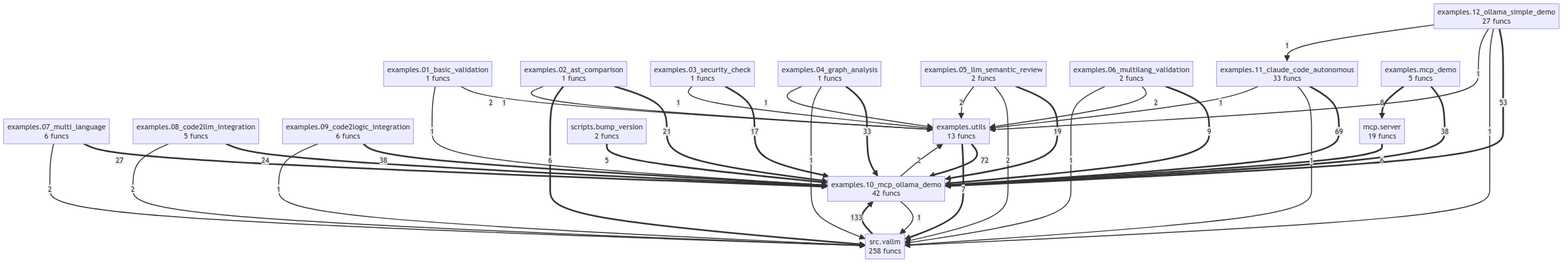
The Mermaid diagram project/compact_flow.png in semcod/vallm, before a commit. Its source is kept beside it as project/compact_flow.mmd.
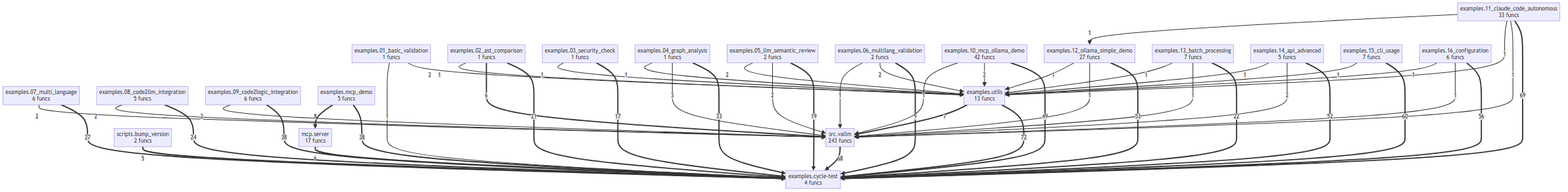
The same diagram one commit later.

The edit, as a diff of the source:
```diff
@@ -11,46 +11,63 @@
     examples__10_mcp_ollama_demo["examples.10_mcp_ollama_demo<br/>42 funcs"]
     examples__11_claude_code_autonomous["examples.11_claude_code_autonomous<br/>33 funcs"]
     examples__12_ollama_simple_demo["examples.12_ollama_simple_demo<br/>27 funcs"]
+    examples__13_batch_processing["examples.13_batch_processing<br/>7 funcs"]
+    examples__14_api_advanced["examples.14_api_advanced<br/>5 funcs"]
+    examples__15_cli_usage["examples.15_cli_usage<br/>7 funcs"]
+    examples__16_configuration["examples.16_configuration<br/>6 funcs"]
+    examples__cycle_test["examples.cycle-test<br/>4 funcs"]
     examples__mcp_demo["examples.mcp_demo<br/>5 funcs"]
     examples__utils["examples.utils<br/>13 funcs"]
-    mcp__server["mcp.server<br/>19 funcs"]
+    mcp__server["mcp.server<br/>17 funcs"]
     scripts__bump_version["scripts.bump_version<br/>2 funcs"]
-    src__vallm["src.vallm<br/>258 funcs"]
-    src__vallm ==>|133| examples__10_mcp_ollama_demo
-    examples__utils ==>|72| examples__10_mcp_ollama_demo
-    examples__11_claude_code_autonomous ==>|69| examples__10_mcp_ollama_demo
-    examples__12_ollama_simple_demo ==>|53| examples__10_mcp_ollama_demo
-    examples__09_code2logic_integration ==>|38| examples__10_mcp_ollama_demo
-    examples__mcp_demo ==>|38| examples__10_mcp_ollama_demo
-    examples__04_graph_analysis ==>|33| examples__10_mcp_ollama_demo
-    examples__07_multi_language ==>|27| examples__10_mcp_ollama_demo
-    examples__08_code2llm_integration ==>|24| examples__10_mcp_ollama_demo
-    examples__02_ast_comparison ==>|21| examples__10_mcp_ollama_demo
-    examples__05_llm_semantic_review ==>|19| examples__10_mcp_ollama_demo
-    examples__03_security_check ==>|17| examples__10_mcp_ollama_demo
-    examples__06_multilang_validation ==>|9| examples__10_mcp_ollama_demo
+    src__vallm["src.vallm<br/>243 funcs"]
+    examples__utils ==>|72| examples__cycle_test
+    examples__11_claude_code_autonomous ==>|69| examples__cycle_test
+    src__vallm ==>|68| examples__cycle_test
+    examples__15_cli_usage ==>|60| examples__cycle_test
+    examples__16_configuration ==>|56| examples__cycle_test
+    examples__12_ollama_simple_demo ==>|53| examples__cycle_test
+    examples__14_api_advanced ==>|52| examples__cycle_test
+    examples__10_mcp_ollama_demo ==>|49| examples__cycle_test
+    examples__09_code2logic_integration ==>|38| examples__cycle_test
+    examples__mcp_demo ==>|38| examples__cycle_test
+    examples__04_graph_analysis ==>|33| examples__cycle_test
+    examples__07_multi_language ==>|27| examples__cycle_test
+    examples__08_code2llm_integration ==>|24| examples__cycle_test
+    examples__13_batch_processing ==>|22| examples__cycle_test
+    examples__02_ast_comparison ==>|21| examples__cycle_test
+    examples__05_llm_semantic_review ==>|19| examples__cycle_test
+    examples__03_security_check ==>|17| examples__cycle_test
+    examples__06_multilang_validation ==>|9| examples__cycle_test
     examples__mcp_demo ==>|8| mcp__server
     examples__utils ==>|7| src__vallm
     examples__02_ast_comparison ==>|6| src__vallm
-    mcp__server ==>|6| examples__10_mcp_ollama_demo
-    scripts__bump_version ==>|5| examples__10_mcp_ollama_demo
+    mcp__server ==>|6| examples__cycle_test
+    scripts__bump_version ==>|5| examples__cycle_test
+    examples__04_graph_analysis -->|3| src__vallm
     examples__05_llm_semantic_review -->|2| src__vallm
-    examples__05_llm_semantic_review -->|2| examples__utils
+    examples__09_code2logic_integration -->|2| src__vallm
     examples__01_basic_validation -->|2| examples__utils
     examples__06_multilang_validation -->|2| examples__utils
     examples__07_multi_language -->|2| src__vallm
+    examples__14_api_advanced -->|2| src__vallm
+    examples__08_code2llm_integration -->|2| src__vallm
     examples__10_mcp_ollama_demo -->|2| examples__utils
-    examples__08_code2llm_integration -->|2| src__vallm
-    examples__09_code2logic_integration -->|1| src__vallm
-    examples__04_graph_analysis -->|1| src__vallm
+    examples__05_llm_semantic_review -->|2| examples__utils
     examples__04_graph_analysis -->|1| examples__utils
+    examples__11_claude_code_autonomous -->|1| src__vallm
+    examples__11_claude_code_autonomous -->|1| examples__utils
+    examples__01_basic_validation -->|1| examples__cycle_test
+    examples__11_claude_code_autonomous -->|1| examples__12_ollama_simple_demo
+    examples__06_multilang_validation -->|1| src__vallm
+    examples__02_ast_comparison -->|1| examples__utils
     examples__12_ollama_simple_demo -->|1| src__vallm
     examples__12_ollama_simple_demo -->|1| examples__utils
-    examples__12_ollama_simple_demo -->|1| examples__11_claude_code_autonomous
-    examples__11_claude_code_autonomous -->|1| src__vallm
-    examples__11_claude_code_autonomous -->|1| examples__utils
-    examples__01_basic_validation -->|1| examples__10_mcp_ollama_demo
-    examples__02_ast_comparison -->|1| examples__utils
-    examples__06_multilang_validation -->|1| src__vallm
     examples__03_security_check -->|1| examples__utils
+    examples__16_configuration -->|1| src__vallm
+    examples__16_configuration -->|1| examples__utils
+    examples__14_api_advanced -->|1| examples__utils
     examples__10_mcp_ollama_demo -->|1| src__vallm
+    examples__15_cli_usage -->|1| examples__utils
+    examples__13_batch_processing -->|1| src__vallm
+    examples__13_batch_processing -->|1| examples__utils
```
